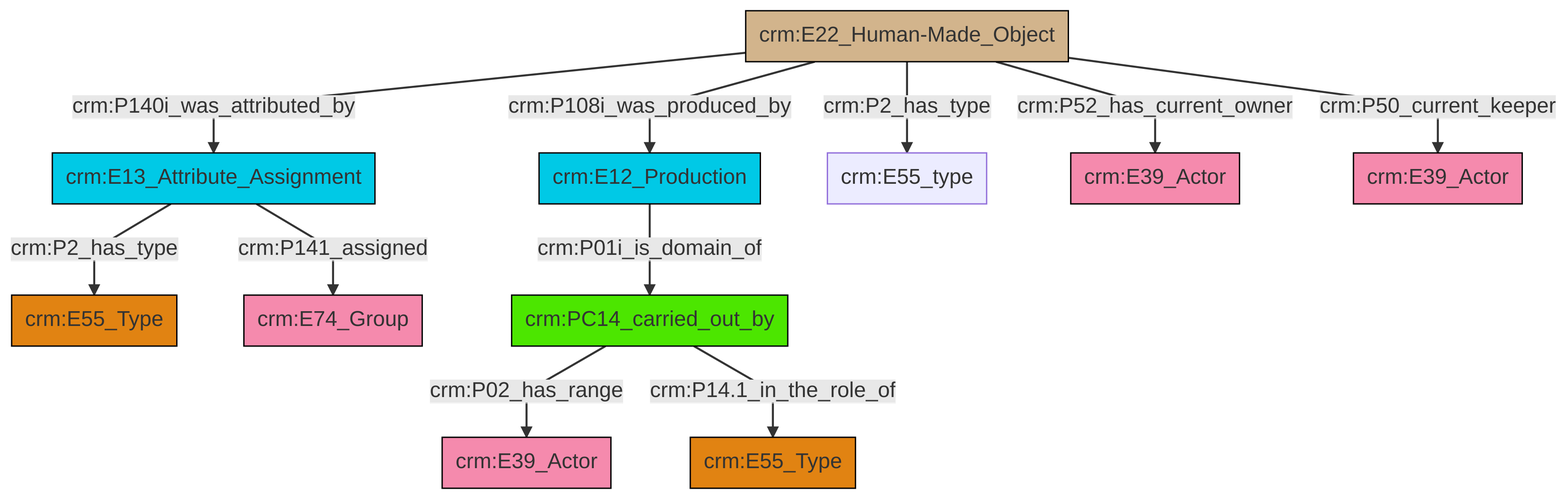
This is et/artworkCSV/ttl/mmd/png/Artwork_Actor_Relations.png from swiss-art-research-net/docs.swissartresearch, a Mermaid export, as it was before one commit. Its source is kept beside it as et/artworkCSV/ttl/mmd/Artwork_Actor_Relations.ttl.mmd.
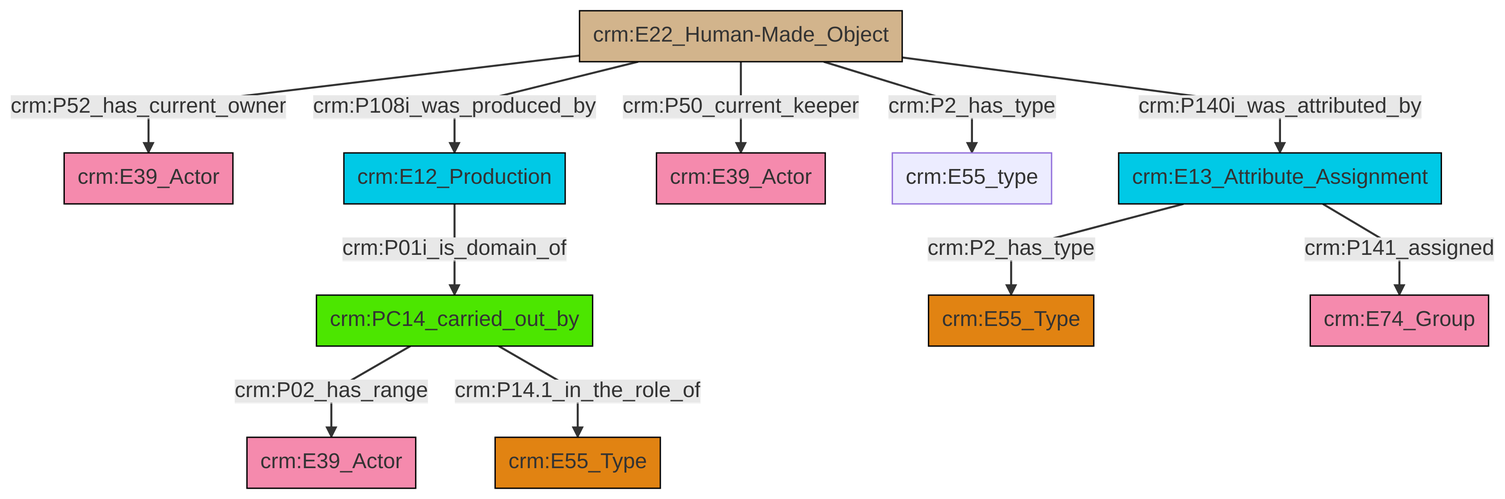
Above is the later version.

What changed in the source:
```diff
@@ -13,13 +13,13 @@
 classDef PC_Classes fill:#4ce600, stroke:#000000;
 classDef Multi fill:#cccccc,stroke:#000000;
 
-0["crm:E13_Attribute_Assignment"]:::Temporal_Entity -->|crm:P2_has_type| 1["crm:E55_Type"]:::Type
-0["crm:E13_Attribute_Assignment"]:::Temporal_Entity -->|crm:P141_assigned| 9["crm:E74_Group"]:::Actor
-14["crm:PC14_carried_out_by"]:::PC_Classes -->|crm:P02_has_range| 15["crm:E39_Actor"]:::Actor
-12["crm:E22_Human-Made_Object"]:::Physical_Thing -->|crm:P50_current_keeper| 16["crm:E39_Actor"]:::Actor
-12["crm:E22_Human-Made_Object"]:::Physical_Thing -->|crm:P2_has_type| 7["crm:E55_type"]:::Default
-5["crm:E12_Production"]:::Temporal_Entity -->|crm:P01i_is_domain_of| 14["crm:PC14_carried_out_by"]:::PC_Classes
-12["crm:E22_Human-Made_Object"]:::Physical_Thing -->|crm:P108i_was_produced_by| 5["crm:E12_Production"]:::Temporal_Entity
-14["crm:PC14_carried_out_by"]:::PC_Classes -->|crm:P14.1_in_the_role_of| 17["crm:E55_Type"]:::Type
-12["crm:E22_Human-Made_Object"]:::Physical_Thing -->|crm:P52_has_current_owner| 10["crm:E39_Actor"]:::Actor
-12["crm:E22_Human-Made_Object"]:::Physical_Thing -->|crm:P140i_was_attributed_by| 0["crm:E13_Attribute_Assignment"]:::Temporal_Entity
+2["crm:E22_Human-Made_Object"]:::Physical_Thing -->|crm:P52_has_current_owner| 4["crm:E39_Actor"]:::Actor
+2["crm:E22_Human-Made_Object"]:::Physical_Thing -->|crm:P108i_was_produced_by| 11["crm:E12_Production"]:::Temporal_Entity
+2["crm:E22_Human-Made_Object"]:::Physical_Thing -->|crm:P50_current_keeper| 9["crm:E39_Actor"]:::Actor
+2["crm:E22_Human-Made_Object"]:::Physical_Thing -->|crm:P2_has_type| 20["crm:E55_type"]:::Default
+2["crm:E22_Human-Made_Object"]:::Physical_Thing -->|crm:P140i_was_attributed_by| 12["crm:E13_Attribute_Assignment"]:::Temporal_Entity
+12["crm:E13_Attribute_Assignment"]:::Temporal_Entity -->|crm:P2_has_type| 0["crm:E55_Type"]:::Type
+5["crm:PC14_carried_out_by"]:::PC_Classes -->|crm:P02_has_range| 7["crm:E39_Actor"]:::Actor
+12["crm:E13_Attribute_Assignment"]:::Temporal_Entity -->|crm:P141_assigned| 14["crm:E74_Group"]:::Actor
+5["crm:PC14_carried_out_by"]:::PC_Classes -->|crm:P14.1_in_the_role_of| 17["crm:E55_Type"]:::Type
+11["crm:E12_Production"]:::Temporal_Entity -->|crm:P01i_is_domain_of| 5["crm:PC14_carried_out_by"]:::PC_Classes
```
